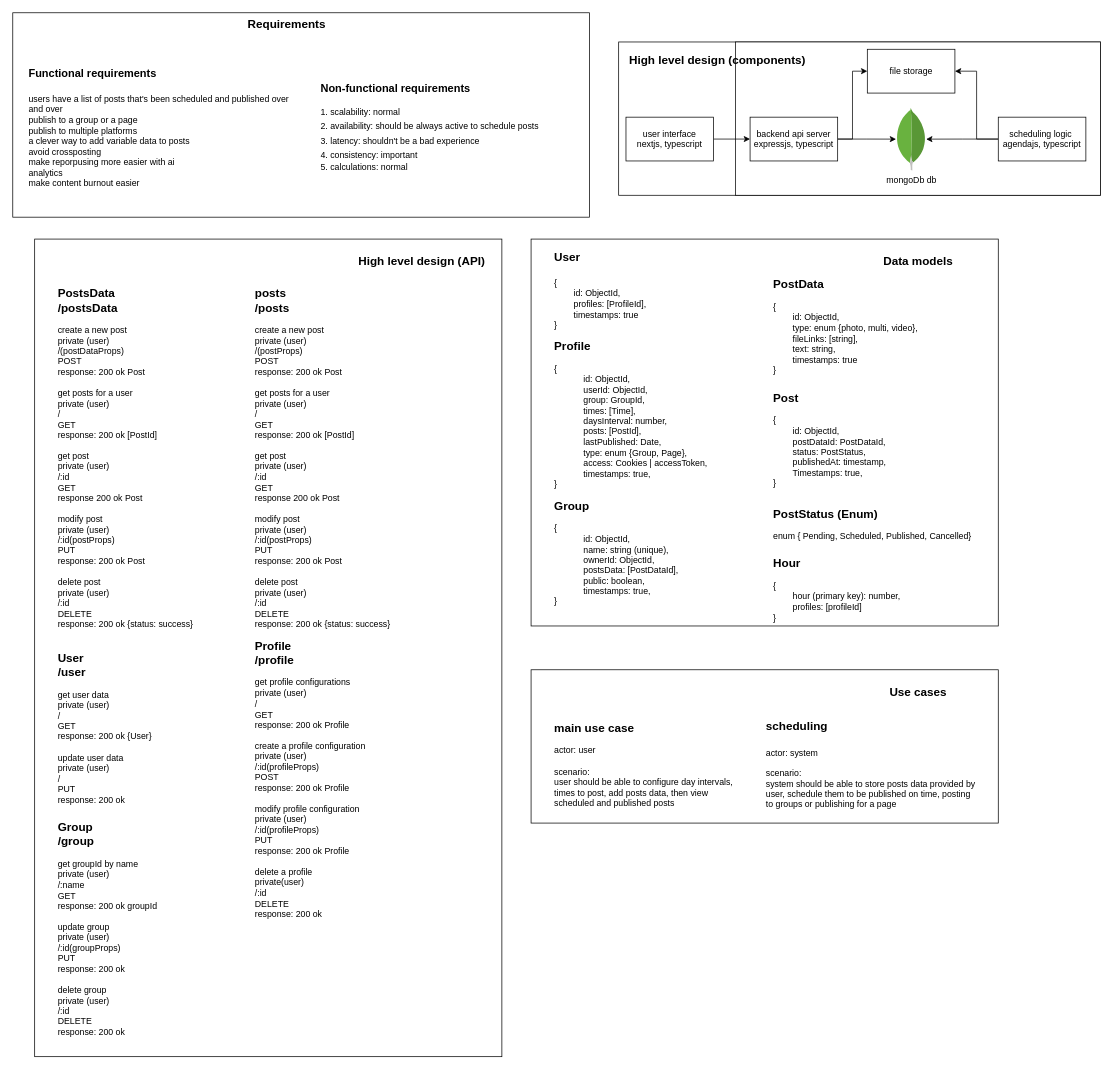
Earlier version of the draw.io diagram page "high-level" (1 of 4) of auto-post.drawio (ahmed-elbehairy7/pamylka-system-design). Source tidied: cells renumbered, new cells numbered last; positions are measured from the earlier drawing's top-left corner, leaving out a move shared by most shapes. Both pictures are drawn from the tidied source at 73%, with x=0, y=0 at pixel (12, 12).
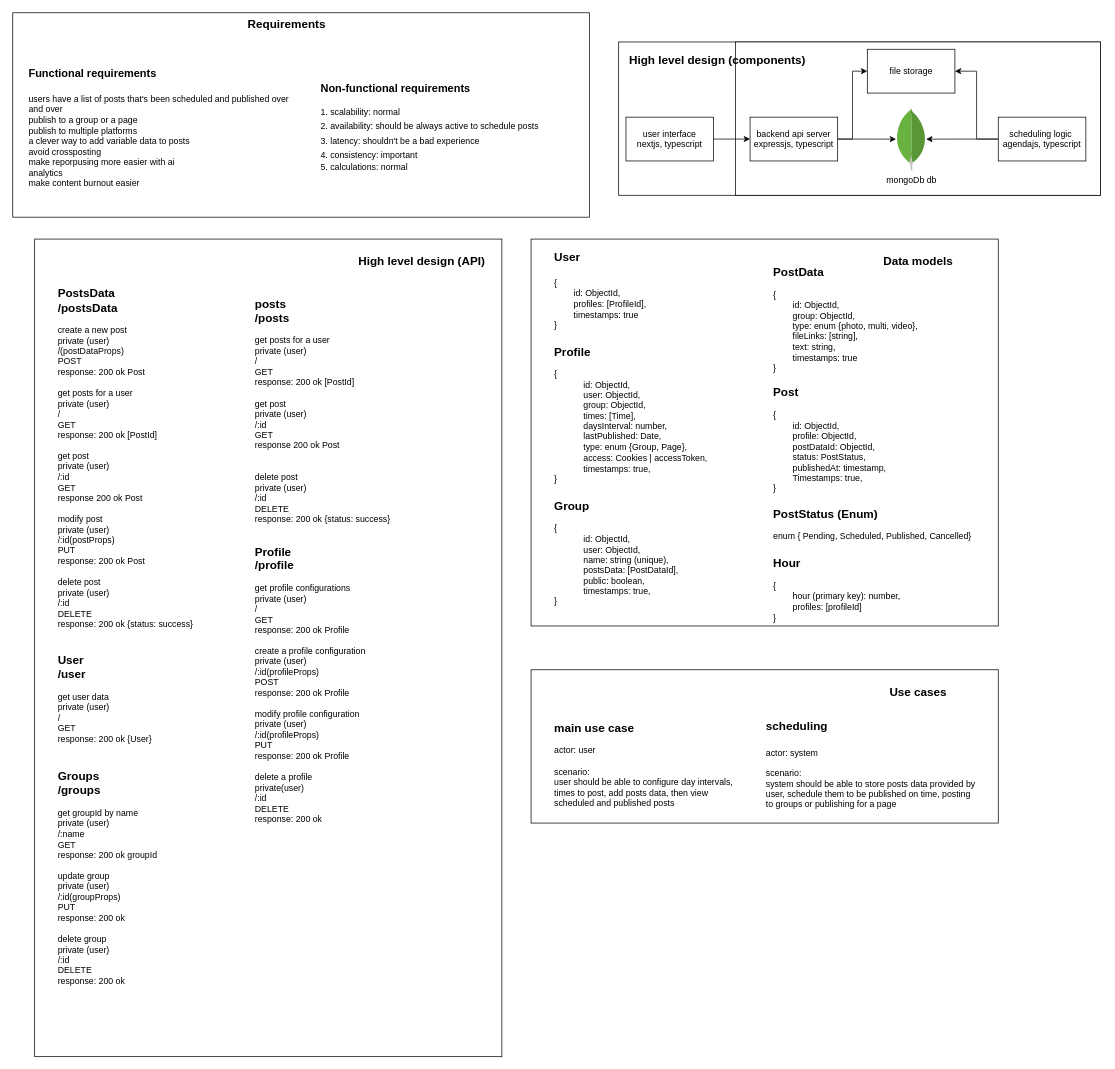
Above is the later version.

The change refers to these unchanged cells:
```xml
<mxCell id="16" style="group;" parent="1" vertex="1">
  <mxGeometry x="30" y="310" width="640" height="1120" as="geometry" />
</mxCell>
<mxCell id="34" style="group;" parent="1" vertex="1">
  <mxGeometry x="710" y="310" width="640" height="560" as="geometry" />
</mxCell>
```

Diff of the diagram source:
```diff
@@
     <mxCell id="20" value="&lt;div&gt;&lt;span style=&quot;font-size: 16px;&quot;&gt;&lt;b&gt;Profile&lt;/b&gt;&lt;/span&gt;&lt;/div&gt;&lt;div&gt;&lt;b style=&quot;font-size: 16px; background-color: transparent; color: light-dark(rgb(0, 0, 0), rgb(255, 255, 255));&quot;&gt;/profile&lt;/b&gt;&lt;/div&gt;&lt;div&gt;&lt;br&gt;&lt;/div&gt;&lt;div&gt;get profile configurations&lt;/div&gt;&lt;div&gt;&lt;span style=&quot;background-color: transparent; color: light-dark(rgb(0, 0, 0), rgb(255, 255, 255));&quot;&gt;private (user)&lt;/span&gt;&lt;/div&gt;&lt;div&gt;/&lt;/div&gt;&lt;div&gt;GET&lt;/div&gt;&lt;div&gt;response: 200 ok Profile&lt;/div&gt;&lt;div&gt;&lt;br&gt;&lt;/div&gt;&lt;div&gt;create a profile configuration&lt;/div&gt;&lt;div&gt;private (user)&lt;/div&gt;&lt;div&gt;/:id(profileProps)&lt;/div&gt;&lt;div&gt;POST&lt;/div&gt;&lt;div&gt;response: 200 ok Profile&lt;/div&gt;&lt;div&gt;&lt;br&gt;&lt;/div&gt;&lt;div&gt;&lt;div&gt;modify profile configuration&lt;/div&gt;&lt;div&gt;private (user)&lt;/div&gt;&lt;div&gt;/:id(profileProps)&lt;/div&gt;&lt;div&gt;PUT&lt;/div&gt;&lt;div&gt;response: 200 ok Profile&lt;/div&gt;&lt;div&gt;&lt;br&gt;&lt;/div&gt;&lt;div&gt;delete a profile&lt;/div&gt;&lt;div&gt;private(user)&lt;/div&gt;&lt;div&gt;/:id&lt;/div&gt;&lt;div&gt;DELETE&lt;/div&gt;&lt;div&gt;response: 200 ok&lt;/div&gt;&lt;/div&gt;" style="text;html=1;align=left;verticalAlign=middle;strokeColor=none;fillColor=none;" parent="16" vertex="1">
-      <mxGeometry x="300" y="540" width="170" height="400" as="geometry" />
+      <mxGeometry x="300" y="410" width="170" height="400" as="geometry" />
     </mxCell>
-    <mxCell id="21" value="&lt;div&gt;&lt;b style=&quot;background-color: transparent; color: light-dark(rgb(0, 0, 0), rgb(255, 255, 255)); font-size: 16px;&quot;&gt;User&lt;/b&gt;&lt;/div&gt;&lt;div&gt;&lt;b style=&quot;background-color: transparent; color: light-dark(rgb(0, 0, 0), rgb(255, 255, 255)); font-size: 16px;&quot;&gt;/user&lt;/b&gt;&lt;/div&gt;&lt;div&gt;&lt;br&gt;&lt;/div&gt;&lt;div&gt;get user data&lt;/div&gt;&lt;div&gt;&lt;span style=&quot;background-color: transparent; color: light-dark(rgb(0, 0, 0), rgb(255, 255, 255));&quot;&gt;private (user)&lt;/span&gt;&lt;/div&gt;&lt;div&gt;/&lt;/div&gt;&lt;div&gt;GET&lt;/div&gt;&lt;div&gt;response: 200 ok {User}&lt;/div&gt;&lt;div&gt;&lt;br&gt;&lt;/div&gt;&lt;div&gt;update user data&lt;/div&gt;&lt;div&gt;private (user)&lt;/div&gt;&lt;div&gt;/&lt;/div&gt;&lt;div&gt;&lt;span style=&quot;background-color: transparent; color: light-dark(rgb(0, 0, 0), rgb(255, 255, 255));&quot;&gt;PUT&lt;/span&gt;&lt;/div&gt;&lt;div&gt;&lt;span style=&quot;background-color: transparent; color: light-dark(rgb(0, 0, 0), rgb(255, 255, 255));&quot;&gt;response: 200 ok&lt;/span&gt;&lt;/div&gt;" style="text;html=1;align=left;verticalAlign=middle;strokeColor=none;fillColor=none;" parent="16" vertex="1">
-      <mxGeometry x="30" y="560" width="150" height="220" as="geometry" />
+    <mxCell id="21" value="&lt;div&gt;&lt;b style=&quot;background-color: transparent; color: light-dark(rgb(0, 0, 0), rgb(255, 255, 255)); font-size: 16px;&quot;&gt;User&lt;/b&gt;&lt;/div&gt;&lt;div&gt;&lt;b style=&quot;background-color: transparent; color: light-dark(rgb(0, 0, 0), rgb(255, 255, 255)); font-size: 16px;&quot;&gt;/user&lt;/b&gt;&lt;/div&gt;&lt;div&gt;&lt;br&gt;&lt;/div&gt;&lt;div&gt;get user data&lt;/div&gt;&lt;div&gt;&lt;span style=&quot;background-color: transparent; color: light-dark(rgb(0, 0, 0), rgb(255, 255, 255));&quot;&gt;private (user)&lt;/span&gt;&lt;/div&gt;&lt;div&gt;/&lt;/div&gt;&lt;div&gt;GET&lt;/div&gt;&lt;div&gt;response: 200 ok {User}&lt;/div&gt;" style="text;html=1;align=left;verticalAlign=middle;strokeColor=none;fillColor=none;" parent="16" vertex="1">
+      <mxGeometry x="30" y="560" width="150" height="140" as="geometry" />
     </mxCell>
-    <mxCell id="22" value="&lt;div&gt;&lt;span style=&quot;font-size: 16px;&quot;&gt;&lt;b&gt;posts&lt;/b&gt;&lt;/span&gt;&lt;/div&gt;&lt;font style=&quot;font-size: 16px;&quot;&gt;&lt;b&gt;/posts&lt;/b&gt;&lt;/font&gt;&lt;div&gt;&lt;br&gt;&lt;/div&gt;&lt;div&gt;create a new post&lt;/div&gt;&lt;div&gt;private (user)&lt;/div&gt;&lt;div&gt;/(postProps)&lt;/div&gt;&lt;div&gt;POST&lt;/div&gt;&lt;div&gt;response: 200 ok Post&lt;/div&gt;&lt;div&gt;&lt;br&gt;&lt;/div&gt;&lt;div&gt;&lt;span style=&quot;background-color: transparent; color: light-dark(rgb(0, 0, 0), rgb(255, 255, 255));&quot;&gt;get posts for a user&lt;/span&gt;&lt;/div&gt;&lt;div&gt;&lt;span style=&quot;background-color: transparent; color: light-dark(rgb(0, 0, 0), rgb(255, 255, 255));&quot;&gt;private (user)&lt;/span&gt;&lt;/div&gt;&lt;div&gt;/&lt;/div&gt;&lt;div&gt;GET&lt;/div&gt;&lt;div&gt;response: 200 ok [PostId]&lt;/div&gt;&lt;div&gt;&lt;br&gt;&lt;/div&gt;&lt;div&gt;get post&lt;/div&gt;&lt;div&gt;private (user)&lt;/div&gt;&lt;div&gt;/:id&lt;/div&gt;&lt;div&gt;GET&lt;/div&gt;&lt;div&gt;response 200 ok Post&lt;/div&gt;&lt;div&gt;&lt;br&gt;&lt;/div&gt;&lt;div&gt;modify post&lt;/div&gt;&lt;div&gt;private (user)&lt;/div&gt;&lt;div&gt;/:id(postProps)&lt;/div&gt;&lt;div&gt;PUT&lt;/div&gt;&lt;div&gt;response: 200 ok Post&lt;/div&gt;&lt;div&gt;&lt;br&gt;&lt;/div&gt;&lt;div&gt;delete post&lt;/div&gt;&lt;div&gt;private (user)&lt;/div&gt;&lt;div&gt;/:id&lt;/div&gt;&lt;div&gt;DELETE&lt;/div&gt;&lt;div&gt;response: 200 ok {status: success}&lt;/div&gt;" style="text;html=1;align=left;verticalAlign=middle;strokeColor=none;fillColor=none;" parent="16" vertex="1">
-      <mxGeometry x="300" y="60" width="210" height="480" as="geometry" />
+    <mxCell id="22" value="&lt;div&gt;&lt;span style=&quot;font-size: 16px;&quot;&gt;&lt;b&gt;posts&lt;/b&gt;&lt;/span&gt;&lt;/div&gt;&lt;font style=&quot;font-size: 16px;&quot;&gt;&lt;b&gt;/posts&lt;/b&gt;&lt;/font&gt;&lt;div&gt;&lt;br&gt;&lt;/div&gt;&lt;div&gt;&lt;span style=&quot;background-color: transparent; color: light-dark(rgb(0, 0, 0), rgb(255, 255, 255));&quot;&gt;get posts for a user&lt;/span&gt;&lt;/div&gt;&lt;div&gt;&lt;span style=&quot;background-color: transparent; color: light-dark(rgb(0, 0, 0), rgb(255, 255, 255));&quot;&gt;private (user)&lt;/span&gt;&lt;/div&gt;&lt;div&gt;/&lt;/div&gt;&lt;div&gt;GET&lt;/div&gt;&lt;div&gt;response: 200 ok [PostId]&lt;/div&gt;&lt;div&gt;&lt;br&gt;&lt;/div&gt;&lt;div&gt;get post&lt;/div&gt;&lt;div&gt;private (user)&lt;/div&gt;&lt;div&gt;/:id&lt;/div&gt;&lt;div&gt;GET&lt;/div&gt;&lt;div&gt;response 200 ok Post&lt;/div&gt;&lt;div&gt;&lt;br&gt;&lt;/div&gt;&lt;div&gt;&lt;br&gt;&lt;/div&gt;&lt;div&gt;delete post&lt;/div&gt;&lt;div&gt;private (user)&lt;/div&gt;&lt;div&gt;/:id&lt;/div&gt;&lt;div&gt;DELETE&lt;/div&gt;&lt;div&gt;response: 200 ok {status: success}&lt;/div&gt;" style="text;html=1;align=left;verticalAlign=middle;strokeColor=none;fillColor=none;" parent="16" vertex="1">
+      <mxGeometry x="300" y="70" width="210" height="330" as="geometry" />
     </mxCell>
-    <mxCell id="23" value="&lt;div&gt;&lt;span style=&quot;font-size: 16px;&quot;&gt;&lt;b&gt;Group&lt;/b&gt;&lt;/span&gt;&lt;/div&gt;&lt;div&gt;&lt;b style=&quot;background-color: transparent; color: light-dark(rgb(0, 0, 0), rgb(255, 255, 255)); font-size: 16px;&quot;&gt;/group&lt;/b&gt;&lt;/div&gt;&lt;div&gt;&lt;br&gt;&lt;/div&gt;&lt;div&gt;&lt;span style=&quot;background-color: transparent; color: light-dark(rgb(0, 0, 0), rgb(255, 255, 255));&quot;&gt;get groupId by name&lt;/span&gt;&lt;/div&gt;&lt;div&gt;&lt;span style=&quot;background-color: transparent; color: light-dark(rgb(0, 0, 0), rgb(255, 255, 255));&quot;&gt;private (user)&lt;/span&gt;&lt;/div&gt;&lt;div&gt;/:name&lt;/div&gt;&lt;div&gt;GET&lt;/div&gt;&lt;div&gt;response: 200 ok groupId&lt;/div&gt;&lt;div&gt;&lt;br&gt;&lt;/div&gt;&lt;div&gt;update group&lt;/div&gt;&lt;div&gt;private (user)&lt;/div&gt;&lt;div&gt;/:id(groupProps)&lt;/div&gt;&lt;div&gt;PUT&lt;/div&gt;&lt;div&gt;response: 200 ok&lt;/div&gt;&lt;div&gt;&lt;br&gt;&lt;/div&gt;&lt;div&gt;delete group&lt;/div&gt;&lt;div&gt;private (user)&lt;/div&gt;&lt;div&gt;/:id&lt;/div&gt;&lt;div&gt;DELETE&lt;/div&gt;&lt;div&gt;response: 200 ok&lt;/div&gt;" style="text;html=1;align=left;verticalAlign=middle;strokeColor=none;fillColor=none;" parent="16" vertex="1">
-      <mxGeometry x="30" y="790" width="160" height="310" as="geometry" />
+    <mxCell id="23" value="&lt;div&gt;&lt;span style=&quot;font-size: 16px;&quot;&gt;&lt;b&gt;Groups&lt;/b&gt;&lt;/span&gt;&lt;/div&gt;&lt;div&gt;&lt;b style=&quot;background-color: transparent; color: light-dark(rgb(0, 0, 0), rgb(255, 255, 255)); font-size: 16px;&quot;&gt;/groups&lt;/b&gt;&lt;/div&gt;&lt;div&gt;&lt;br&gt;&lt;/div&gt;&lt;div&gt;&lt;span style=&quot;background-color: transparent; color: light-dark(rgb(0, 0, 0), rgb(255, 255, 255));&quot;&gt;get groupId by name&lt;/span&gt;&lt;/div&gt;&lt;div&gt;&lt;span style=&quot;background-color: transparent; color: light-dark(rgb(0, 0, 0), rgb(255, 255, 255));&quot;&gt;private (user)&lt;/span&gt;&lt;/div&gt;&lt;div&gt;/:name&lt;/div&gt;&lt;div&gt;GET&lt;/div&gt;&lt;div&gt;response: 200 ok groupId&lt;/div&gt;&lt;div&gt;&lt;br&gt;&lt;/div&gt;&lt;div&gt;update group&lt;/div&gt;&lt;div&gt;private (user)&lt;/div&gt;&lt;div&gt;/:id(groupProps)&lt;/div&gt;&lt;div&gt;PUT&lt;/div&gt;&lt;div&gt;response: 200 ok&lt;/div&gt;&lt;div&gt;&lt;br&gt;&lt;/div&gt;&lt;div&gt;delete group&lt;/div&gt;&lt;div&gt;private (user)&lt;/div&gt;&lt;div&gt;/:id&lt;/div&gt;&lt;div&gt;DELETE&lt;/div&gt;&lt;div&gt;response: 200 ok&lt;/div&gt;" style="text;html=1;align=left;verticalAlign=middle;strokeColor=none;fillColor=none;" parent="16" vertex="1">
+      <mxGeometry x="30" y="720" width="160" height="310" as="geometry" />
     </mxCell>
@@
-    <mxCell id="36" value="&lt;div&gt;&lt;b style=&quot;font-size: 16px; background-color: transparent; color: light-dark(rgb(0, 0, 0), rgb(255, 255, 255));&quot;&gt;Profile&lt;/b&gt;&lt;/div&gt;&lt;div&gt;&lt;br&gt;&lt;/div&gt;&lt;div&gt;{&lt;/div&gt;&lt;blockquote style=&quot;margin: 0 0 0 40px; border: none; padding: 0px;&quot;&gt;&lt;div&gt;id: ObjectId,&lt;/div&gt;&lt;div&gt;userId: ObjectId,&lt;/div&gt;&lt;div&gt;group: GroupId,&lt;/div&gt;&lt;div&gt;times: [Time],&lt;/div&gt;&lt;div&gt;daysInterval: number,&lt;/div&gt;&lt;div&gt;&lt;span style=&quot;background-color: transparent; color: light-dark(rgb(0, 0, 0), rgb(255, 255, 255));&quot;&gt;posts: [PostId],&lt;/span&gt;&lt;/div&gt;&lt;div&gt;lastPublished: Date,&lt;/div&gt;&lt;div&gt;type: enum {Group, Page},&lt;/div&gt;&lt;div&gt;access: Cookies | accessToken,&lt;/div&gt;&lt;div&gt;timestamps: true,&lt;/div&gt;&lt;/blockquote&gt;&lt;div&gt;&lt;span style=&quot;background-color: transparent; color: light-dark(rgb(0, 0, 0), rgb(255, 255, 255));&quot;&gt;}&lt;/span&gt;&lt;/div&gt;" style="text;html=1;align=left;verticalAlign=middle;strokeColor=none;fillColor=none;" parent="34" vertex="1">
-      <mxGeometry x="30" y="130" width="230" height="220" as="geometry" />
+    <mxCell id="36" value="&lt;div&gt;&lt;b style=&quot;font-size: 16px; background-color: transparent; color: light-dark(rgb(0, 0, 0), rgb(255, 255, 255));&quot;&gt;Profile&lt;/b&gt;&lt;/div&gt;&lt;div&gt;&lt;br&gt;&lt;/div&gt;&lt;div&gt;{&lt;/div&gt;&lt;blockquote style=&quot;margin: 0 0 0 40px; border: none; padding: 0px;&quot;&gt;&lt;div&gt;id: ObjectId,&lt;/div&gt;&lt;div&gt;user: ObjectId,&lt;/div&gt;&lt;div&gt;&lt;span style=&quot;background-color: transparent; color: light-dark(rgb(0, 0, 0), rgb(255, 255, 255));&quot;&gt;group: ObjectId,&lt;/span&gt;&lt;/div&gt;&lt;div&gt;times: [Time],&lt;/div&gt;&lt;div&gt;daysInterval: number,&lt;/div&gt;&lt;div&gt;&lt;span style=&quot;background-color: transparent; color: light-dark(rgb(0, 0, 0), rgb(255, 255, 255));&quot;&gt;lastPublished: Date,&lt;/span&gt;&lt;/div&gt;&lt;div&gt;type: enum {Group, Page},&lt;/div&gt;&lt;div&gt;access: Cookies | accessToken,&lt;/div&gt;&lt;div&gt;timestamps: true,&lt;/div&gt;&lt;/blockquote&gt;&lt;div&gt;&lt;span style=&quot;background-color: transparent; color: light-dark(rgb(0, 0, 0), rgb(255, 255, 255));&quot;&gt;}&lt;/span&gt;&lt;/div&gt;" style="text;html=1;align=left;verticalAlign=middle;strokeColor=none;fillColor=none;" parent="34" vertex="1">
+      <mxGeometry x="30" y="135" width="230" height="210" as="geometry" />
     </mxCell>
-    <mxCell id="37" value="&lt;div&gt;&lt;b style=&quot;font-size: 16px; background-color: transparent; color: light-dark(rgb(0, 0, 0), rgb(255, 255, 255));&quot;&gt;PostData&lt;/b&gt;&lt;/div&gt;&lt;div&gt;&lt;br&gt;&lt;/div&gt;&lt;div&gt;{&lt;/div&gt;&lt;div&gt;&lt;span style=&quot;white-space: pre;&quot;&gt;&#9;&lt;/span&gt;id: ObjectId,&lt;/div&gt;&lt;div&gt;&lt;span style=&quot;white-space: pre;&quot;&gt;&lt;span style=&quot;white-space: pre;&quot;&gt;&#9;&lt;/span&gt;type: enum {photo, multi, video},&lt;/span&gt;&lt;/div&gt;&lt;div&gt;&lt;span style=&quot;white-space: pre;&quot;&gt;&lt;span style=&quot;white-space: pre;&quot;&gt;&#9;&lt;/span&gt;fileLinks: [string],&lt;/span&gt;&lt;/div&gt;&lt;div&gt;&lt;span style=&quot;white-space: pre;&quot;&gt;&lt;span style=&quot;white-space: pre;&quot;&gt;&#9;&lt;/span&gt;text: string,&lt;/span&gt;&lt;/div&gt;&lt;div&gt;&lt;span style=&quot;background-color: transparent; color: light-dark(rgb(0, 0, 0), rgb(255, 255, 255)); white-space-collapse: preserve;&quot;&gt;&lt;span style=&quot;white-space: pre;&quot;&gt;&#9;&lt;/span&gt;timestamps: true&lt;/span&gt;&lt;/div&gt;&lt;div&gt;}&lt;/div&gt;" style="text;html=1;align=left;verticalAlign=middle;strokeColor=none;fillColor=none;" parent="34" vertex="1">
-      <mxGeometry x="330" y="45" width="220" height="150" as="geometry" />
+    <mxCell id="37" value="&lt;div&gt;&lt;b style=&quot;font-size: 16px; background-color: transparent; color: light-dark(rgb(0, 0, 0), rgb(255, 255, 255));&quot;&gt;PostData&lt;/b&gt;&lt;/div&gt;&lt;div&gt;&lt;br&gt;&lt;/div&gt;&lt;div&gt;{&lt;/div&gt;&lt;div&gt;&lt;span style=&quot;white-space: pre;&quot;&gt;&#9;&lt;/span&gt;id: ObjectId,&lt;/div&gt;&lt;div&gt;&lt;span style=&quot;white-space: pre;&quot;&gt;&#9;&lt;/span&gt;group: ObjectId,&lt;br&gt;&lt;/div&gt;&lt;div&gt;&lt;span style=&quot;white-space: pre;&quot;&gt;&lt;span style=&quot;white-space: pre;&quot;&gt;&#9;&lt;/span&gt;type: enum {photo, multi, video},&lt;/span&gt;&lt;/div&gt;&lt;div&gt;&lt;span style=&quot;white-space: pre;&quot;&gt;&lt;span style=&quot;white-space: pre;&quot;&gt;&#9;&lt;/span&gt;fileLinks: [string],&lt;/span&gt;&lt;/div&gt;&lt;div&gt;&lt;span style=&quot;white-space: pre;&quot;&gt;&lt;span style=&quot;white-space: pre;&quot;&gt;&#9;&lt;/span&gt;text: string,&lt;/span&gt;&lt;/div&gt;&lt;div&gt;&lt;span style=&quot;background-color: transparent; color: light-dark(rgb(0, 0, 0), rgb(255, 255, 255)); white-space-collapse: preserve;&quot;&gt;&lt;span style=&quot;white-space: pre;&quot;&gt;&#9;&lt;/span&gt;timestamps: true&lt;/span&gt;&lt;/div&gt;&lt;div&gt;}&lt;/div&gt;" style="text;html=1;align=left;verticalAlign=middle;strokeColor=none;fillColor=none;" parent="34" vertex="1">
+      <mxGeometry x="330" y="30" width="220" height="160" as="geometry" />
     </mxCell>
@@
-    <mxCell id="39" value="&lt;div&gt;&lt;span style=&quot;font-size: 16px;&quot;&gt;&lt;b&gt;Post&lt;/b&gt;&lt;/span&gt;&lt;/div&gt;&lt;div&gt;&lt;br&gt;&lt;/div&gt;&lt;div&gt;{&lt;/div&gt;&lt;div&gt;&lt;span style=&quot;white-space: pre;&quot;&gt;&#9;&lt;/span&gt;id: ObjectId,&lt;/div&gt;&lt;div&gt;&lt;span style=&quot;white-space: pre;&quot;&gt;&#9;&lt;/span&gt;postDataId: PostDataId,&lt;br&gt;&lt;/div&gt;&lt;div&gt;&lt;span style=&quot;white-space: pre;&quot;&gt;&#9;&lt;/span&gt;status: PostStatus,&lt;/div&gt;&lt;div&gt;&lt;span style=&quot;white-space: pre;&quot;&gt;&#9;&lt;/span&gt;publishedAt: timestamp,&lt;br&gt;&lt;/div&gt;&lt;div&gt;&lt;span style=&quot;background-color: transparent; color: light-dark(rgb(0, 0, 0), rgb(255, 255, 255)); white-space-collapse: preserve;&quot;&gt;&lt;span style=&quot;white-space: pre;&quot;&gt;&#9;&lt;/span&gt;Timestamps: true,&lt;/span&gt;&lt;span style=&quot;background-color: transparent; color: light-dark(rgb(0, 0, 0), rgb(255, 255, 255)); white-space-collapse: preserve;&quot;&gt;&#9;&lt;/span&gt;&lt;span style=&quot;background-color: transparent; color: light-dark(rgb(0, 0, 0), rgb(255, 255, 255)); white-space-collapse: preserve;&quot;&gt;&#9;&lt;/span&gt;&lt;/div&gt;&lt;div&gt;}&lt;/div&gt;" style="text;html=1;align=left;verticalAlign=middle;strokeColor=none;fillColor=none;" parent="34" vertex="1">
-      <mxGeometry x="330" y="200" width="180" height="150" as="geometry" />
+    <mxCell id="39" value="&lt;div&gt;&lt;span style=&quot;font-size: 16px;&quot;&gt;&lt;b&gt;Post&lt;/b&gt;&lt;/span&gt;&lt;/div&gt;&lt;div&gt;&lt;br&gt;&lt;/div&gt;&lt;div&gt;{&lt;/div&gt;&lt;div&gt;&lt;span style=&quot;white-space: pre;&quot;&gt;&#9;&lt;/span&gt;id: ObjectId,&lt;/div&gt;&lt;div&gt;&lt;span style=&quot;white-space: pre;&quot;&gt;&#9;&lt;/span&gt;profile: ObjectId,&lt;br&gt;&lt;/div&gt;&lt;div&gt;&lt;span style=&quot;white-space: pre;&quot;&gt;&#9;&lt;/span&gt;postDataId: ObjectId,&lt;br&gt;&lt;/div&gt;&lt;div&gt;&lt;span style=&quot;white-space: pre;&quot;&gt;&#9;&lt;/span&gt;status: PostStatus,&lt;/div&gt;&lt;div&gt;&lt;span style=&quot;white-space: pre;&quot;&gt;&#9;&lt;/span&gt;publishedAt: timestamp,&lt;br&gt;&lt;/div&gt;&lt;div&gt;&lt;span style=&quot;background-color: transparent; color: light-dark(rgb(0, 0, 0), rgb(255, 255, 255)); white-space-collapse: preserve;&quot;&gt;&lt;span style=&quot;white-space: pre;&quot;&gt;&#9;&lt;/span&gt;Timestamps: true,&lt;/span&gt;&lt;span style=&quot;background-color: transparent; color: light-dark(rgb(0, 0, 0), rgb(255, 255, 255)); white-space-collapse: preserve;&quot;&gt;&#9;&lt;/span&gt;&lt;span style=&quot;background-color: transparent; color: light-dark(rgb(0, 0, 0), rgb(255, 255, 255)); white-space-collapse: preserve;&quot;&gt;&#9;&lt;/span&gt;&lt;/div&gt;&lt;div&gt;}&lt;/div&gt;" style="text;html=1;align=left;verticalAlign=middle;strokeColor=none;fillColor=none;" parent="34" vertex="1">
+      <mxGeometry x="330" y="195" width="180" height="160" as="geometry" />
     </mxCell>
@@
-    <mxCell id="42" value="&lt;div&gt;&lt;span style=&quot;font-size: 16px;&quot;&gt;&lt;b&gt;Group&lt;/b&gt;&lt;/span&gt;&lt;/div&gt;&lt;div&gt;&lt;br&gt;&lt;/div&gt;&lt;div&gt;{&lt;/div&gt;&lt;blockquote style=&quot;margin: 0 0 0 40px; border: none; padding: 0px;&quot;&gt;&lt;div&gt;id: ObjectId,&lt;/div&gt;&lt;div&gt;name: string (unique),&lt;/div&gt;&lt;div&gt;ownerId: ObjectId,&lt;/div&gt;&lt;div&gt;&lt;span style=&quot;background-color: transparent; color: light-dark(rgb(0, 0, 0), rgb(255, 255, 255));&quot;&gt;postsData: [PostDataId],&lt;/span&gt;&lt;/div&gt;&lt;div&gt;&lt;span style=&quot;background-color: transparent; color: light-dark(rgb(0, 0, 0), rgb(255, 255, 255));&quot;&gt;public: boolean,&lt;/span&gt;&lt;/div&gt;&lt;div&gt;&lt;span style=&quot;background-color: transparent; color: light-dark(rgb(0, 0, 0), rgb(255, 255, 255));&quot;&gt;timestamps: true,&lt;/span&gt;&lt;/div&gt;&lt;/blockquote&gt;&lt;div&gt;&lt;span style=&quot;background-color: transparent; color: light-dark(rgb(0, 0, 0), rgb(255, 255, 255));&quot;&gt;}&lt;/span&gt;&lt;/div&gt;" style="text;html=1;align=left;verticalAlign=middle;strokeColor=none;fillColor=none;" parent="34" vertex="1">
+    <mxCell id="42" value="&lt;div&gt;&lt;span style=&quot;font-size: 16px;&quot;&gt;&lt;b&gt;Group&lt;/b&gt;&lt;/span&gt;&lt;/div&gt;&lt;div&gt;&lt;br&gt;&lt;/div&gt;&lt;div&gt;{&lt;/div&gt;&lt;blockquote style=&quot;margin: 0 0 0 40px; border: none; padding: 0px;&quot;&gt;&lt;div&gt;id: ObjectId,&lt;/div&gt;&lt;div&gt;&lt;span style=&quot;background-color: transparent; color: light-dark(rgb(0, 0, 0), rgb(255, 255, 255));&quot;&gt;user: ObjectId,&lt;/span&gt;&lt;/div&gt;&lt;div&gt;&lt;span style=&quot;background-color: transparent; color: light-dark(rgb(0, 0, 0), rgb(255, 255, 255));&quot;&gt;&lt;div&gt;name: string (unique),&lt;/div&gt;&lt;/span&gt;&lt;/div&gt;&lt;div&gt;&lt;span style=&quot;background-color: transparent; color: light-dark(rgb(0, 0, 0), rgb(255, 255, 255));&quot;&gt;postsData: [PostDataId],&lt;/span&gt;&lt;/div&gt;&lt;div&gt;&lt;span style=&quot;background-color: transparent; color: light-dark(rgb(0, 0, 0), rgb(255, 255, 255));&quot;&gt;public: boolean,&lt;/span&gt;&lt;/div&gt;&lt;div&gt;&lt;span style=&quot;background-color: transparent; color: light-dark(rgb(0, 0, 0), rgb(255, 255, 255));&quot;&gt;timestamps: true,&lt;/span&gt;&lt;/div&gt;&lt;/blockquote&gt;&lt;div&gt;&lt;span style=&quot;background-color: transparent; color: light-dark(rgb(0, 0, 0), rgb(255, 255, 255));&quot;&gt;}&lt;/span&gt;&lt;/div&gt;" style="text;html=1;align=left;verticalAlign=middle;strokeColor=none;fillColor=none;" parent="34" vertex="1">
       <mxGeometry x="30" y="350" width="190" height="160" as="geometry" />
     </mxCell>
```
